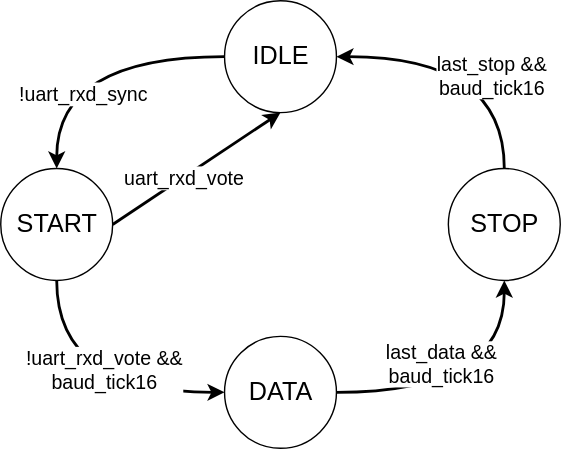
Above: doc/assets/state_machine/uart_rx_state.drawio.svg in feipenghhq/UART_Controller (draw.io), before the change. Source tidied: cells renumbered, new cells last; positions are measured from the earlier drawing's top-left corner, leaving out a move shared by most shapes.
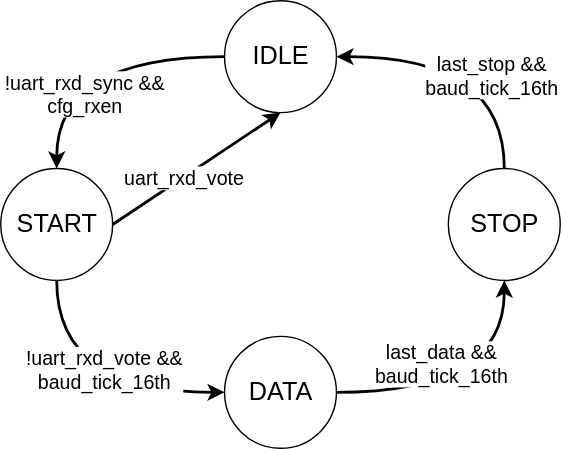
The same file after the commit.

Commit message:
Added uart_baud and uart_rx design

The edit, as a diff of the source:
```diff
@@ -17,13 +17,15 @@
     <mxCell id="6" style="endArrow=classic;html=1;strokeWidth=2;exitX=0;exitY=0.5;exitDx=0;exitDy=0;entryX=0.5;entryY=0;entryDx=0;entryDy=0;edgeStyle=orthogonalEdgeStyle;curved=1;" parent="1" edge="1" source="2" target="3">
       <mxGeometry relative="1" as="geometry" />
     </mxCell>
-    <mxCell id="7" value="!uart_rxd_sync" style="edgeLabel;html=1;align=center;verticalAlign=middle;fontSize=14;" parent="6" vertex="1">
-      <mxGeometry x="0.46" y="18" relative="1" as="geometry" />
+    <mxCell id="7" value="!uart_rxd_sync &amp;amp;&amp;amp; &lt;br&gt;cfg_rxen" style="edgeLabel;html=1;align=center;verticalAlign=middle;fontSize=14;" parent="6" vertex="1">
+      <mxGeometry x="0.46" y="18" relative="1" as="geometry">
+        <mxPoint x="1" as="offset" />
+      </mxGeometry>
     </mxCell>
     <mxCell id="8" style="endArrow=classic;html=1;strokeWidth=2;exitX=0.5;exitY=1;exitDx=0;exitDy=0;entryX=0;entryY=0.5;entryDx=0;entryDy=0;edgeStyle=orthogonalEdgeStyle;curved=1;" parent="1" edge="1" source="3" target="4">
       <mxGeometry relative="1" as="geometry" />
     </mxCell>
-    <mxCell id="9" value="!uart_rxd_vote &amp;amp;&amp;amp; &lt;br style=&quot;font-size: 14px;&quot;&gt;baud_tick16" style="edgeLabel;html=1;align=center;verticalAlign=middle;fontSize=14;" parent="8" vertex="1">
+    <mxCell id="9" value="!uart_rxd_vote &amp;amp;&amp;amp; &lt;br style=&quot;font-size: 14px;&quot;&gt;baud_tick_16th" style="edgeLabel;html=1;align=center;verticalAlign=middle;fontSize=14;" parent="8" vertex="1">
       <mxGeometry x="0.13" y="17" relative="1" as="geometry" />
     </mxCell>
     <mxCell id="10" style="endArrow=classic;html=1;strokeWidth=2;curved=1;entryX=0.5;entryY=1;entryDx=0;entryDy=0;" parent="1" edge="1" target="2">
@@ -40,13 +42,13 @@
     <mxCell id="13" style="curved=1;endArrow=classic;html=1;strokeWidth=2;entryX=0.5;entryY=1;entryDx=0;entryDy=0;exitX=1;exitY=0.5;exitDx=0;exitDy=0;edgeStyle=orthogonalEdgeStyle;" parent="1" edge="1" source="4" target="5">
       <mxGeometry relative="1" as="geometry" />
     </mxCell>
-    <mxCell id="14" value="last_data &amp;amp;&amp;amp; &lt;br style=&quot;font-size: 14px;&quot;&gt;baud_tick16" style="edgeLabel;html=1;align=center;verticalAlign=middle;fontSize=14;" parent="13" vertex="1">
+    <mxCell id="14" value="last_data &amp;amp;&amp;amp; &lt;br style=&quot;font-size: 14px;&quot;&gt;baud_tick_16th" style="edgeLabel;html=1;align=center;verticalAlign=middle;fontSize=14;" parent="13" vertex="1">
       <mxGeometry x="-0.26" y="21" relative="1" as="geometry" />
     </mxCell>
     <mxCell id="15" style="endArrow=classic;html=1;strokeWidth=2;curved=1;exitX=0.5;exitY=0;exitDx=0;exitDy=0;entryX=1;entryY=0.5;entryDx=0;entryDy=0;edgeStyle=orthogonalEdgeStyle;" parent="1" edge="1" source="5" target="2">
       <mxGeometry relative="1" as="geometry" />
     </mxCell>
-    <mxCell id="16" value="last_stop &amp;amp;&amp;amp;&lt;br style=&quot;font-size: 14px;&quot;&gt;baud_tick16" style="edgeLabel;html=1;align=center;verticalAlign=middle;fontSize=14;" parent="15" vertex="1">
+    <mxCell id="16" value="last_stop &amp;amp;&amp;amp;&lt;br style=&quot;font-size: 14px;&quot;&gt;baud_tick_16th" style="edgeLabel;html=1;align=center;verticalAlign=middle;fontSize=14;" parent="15" vertex="1">
       <mxGeometry x="-0.33" y="10" relative="1" as="geometry" />
     </mxCell>
   </root>
```
